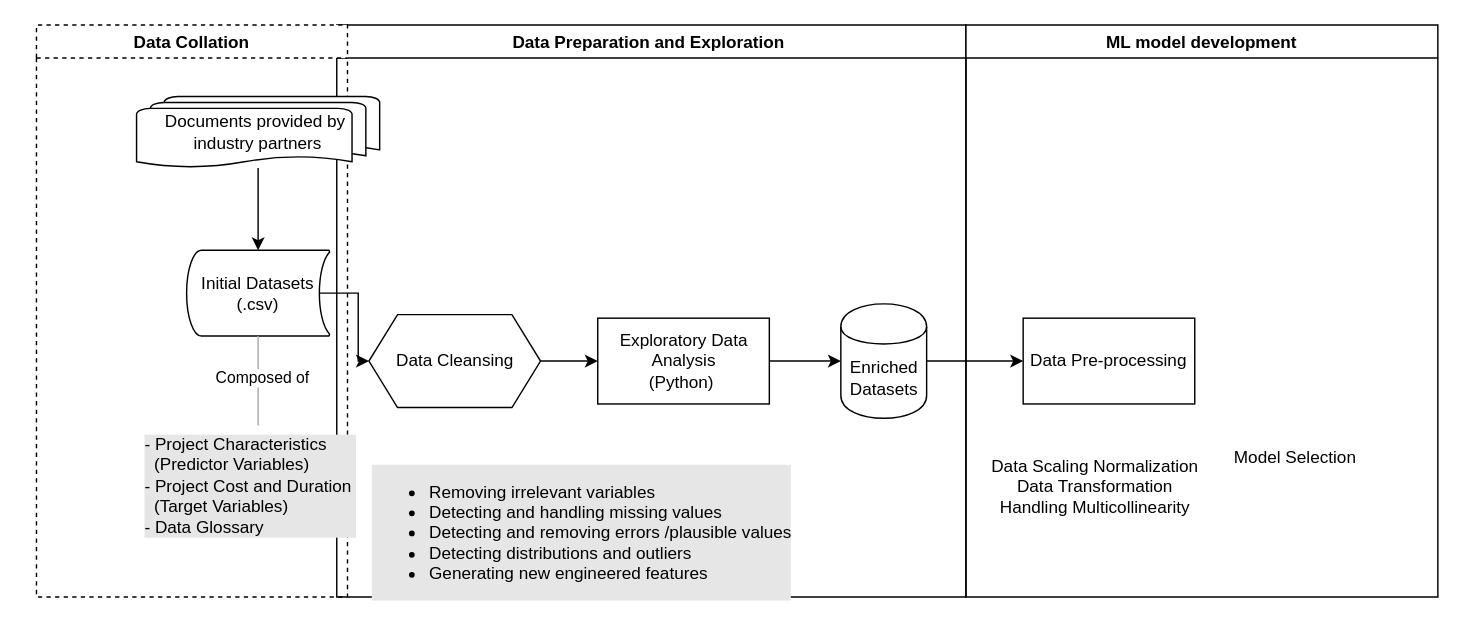
This is research framework.drawio from datou7119/Figures, a draw.io file, before an edit. Source tidied: cells renumbered, new cells numbered last; positions are measured from the earlier drawing's top-left corner, leaving out a move shared by most shapes. Both pictures are drawn from the tidied source at 143%, with x=0, y=0 at pixel (36, 24).
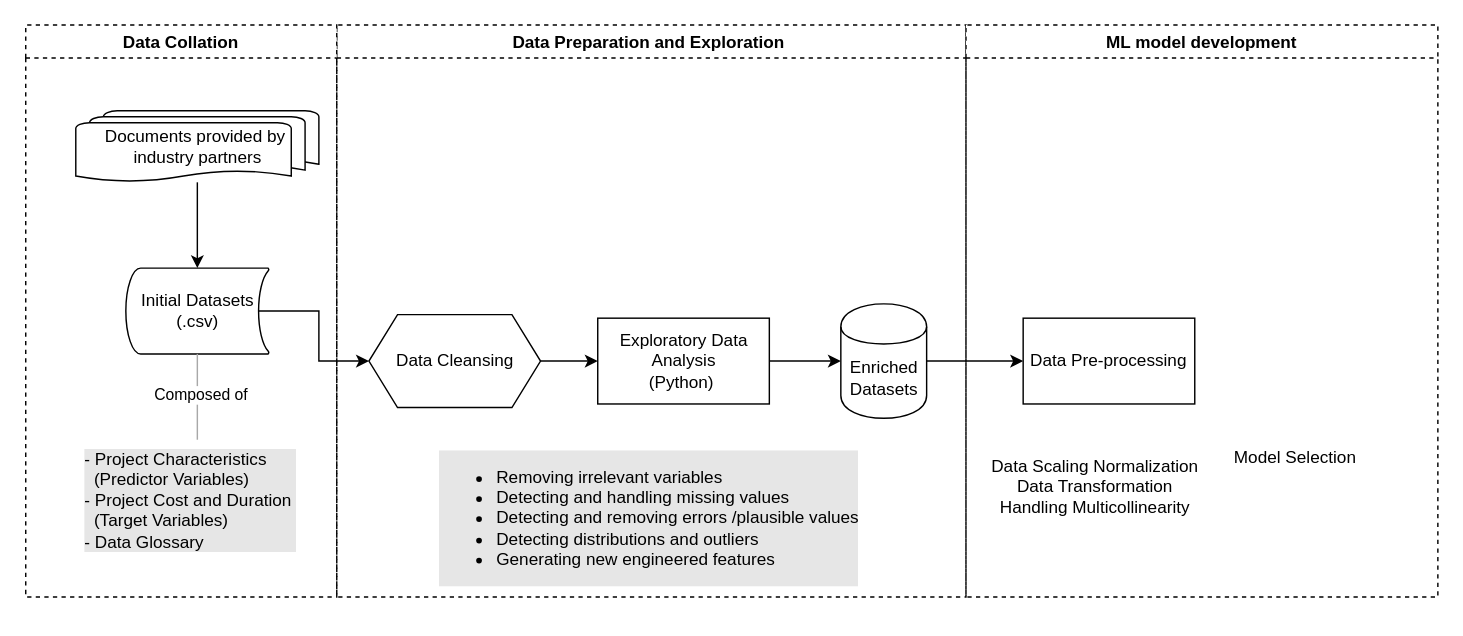
Above is the later version.

What changed in the source:
```diff
@@
-    <mxCell id="2" value="Data Preparation and Exploration " style="swimlane;" parent="1" vertex="1">
+    <mxCell id="2" value="Data Preparation and Exploration " style="swimlane;dashed=1;" parent="1" vertex="1">
       <mxGeometry x="210" width="440" height="400" as="geometry" />
     </mxCell>
     <mxCell id="3" value="&lt;ul&gt;&lt;li&gt;&lt;span style=&quot;&quot;&gt;Removing irrelevant variables&lt;/span&gt;&lt;/li&gt;&lt;li&gt;&lt;span style=&quot;&quot;&gt;Detecting and handling missing values&lt;/span&gt;&lt;/li&gt;&lt;li&gt;&lt;span style=&quot;&quot;&gt;Detecting and removing errors /plausible values&lt;/span&gt;&lt;/li&gt;&lt;li&gt;&lt;span style=&quot;&quot;&gt;Detecting distributions and&amp;nbsp;&lt;/span&gt;outliers&lt;/li&gt;&lt;li&gt;Generating new engineered features&lt;/li&gt;&lt;/ul&gt;" style="text;html=1;align=left;verticalAlign=middle;strokeColor=none;fillColor=none;labelBackgroundColor=#E6E6E6;" parent="2" vertex="1">
-      <mxGeometry x="22.5" y="300" width="320" height="110" as="geometry" />
+      <mxGeometry x="70" y="290" width="320" height="110" as="geometry" />
     </mxCell>
@@
     <mxCell id="9" value="Data Collation" style="swimlane;labelBorderColor=none;dashed=1;" parent="1" vertex="1">
-      <mxGeometry width="217.5" height="400" as="geometry" />
+      <mxGeometry x="-7.5" width="217.5" height="400" as="geometry" />
     </mxCell>
     <mxCell id="10" value="&lt;blockquote style=&quot;margin: 0 0 0 40px; border: none; padding: 0px;&quot;&gt;&lt;/blockquote&gt;- Project Characteristics&amp;nbsp;&lt;br&gt;&lt;blockquote style=&quot;margin: 0 0 0 40px; border: none; padding: 0px;&quot;&gt;&lt;/blockquote&gt;&amp;nbsp; (Predictor Variables)&lt;br&gt;&lt;blockquote style=&quot;margin: 0 0 0 40px; border: none; padding: 0px;&quot;&gt;&lt;/blockquote&gt;- Project Cost and Duration&amp;nbsp;&lt;br&gt;&lt;blockquote style=&quot;margin: 0 0 0 40px; border: none; padding: 0px;&quot;&gt;&lt;/blockquote&gt;&amp;nbsp; (Target Variables)&lt;br&gt;- Data Glossary" style="text;html=1;align=left;verticalAlign=top;points=[];strokeColor=none;fillColor=none;labelBackgroundColor=#E6E6E6;labelBorderColor=none;spacingTop=0;spacingLeft=-6;spacingRight=-7;flipV=1;flipH=1;imageWidth=17;imageHeight=20;imageAspect=0;" parent="9" vertex="1">
-      <mxGeometry x="80" y="280" width="150" height="80" as="geometry" />
+      <mxGeometry x="45" y="290" width="150" height="80" as="geometry" />
     </mxCell>
     <mxCell id="11" value="Initial Datasets&lt;br style=&quot;border-color: var(--border-color);&quot;&gt;(.csv)" style="strokeWidth=1;html=1;shape=mxgraph.flowchart.stored_data;whiteSpace=wrap;" parent="9" vertex="1">
-      <mxGeometry x="105" y="157.5" width="100" height="60" as="geometry" />
+      <mxGeometry x="70" y="170" width="100" height="60" as="geometry" />
     </mxCell>
@@
     <mxCell id="13" value="Documents provided by&amp;nbsp;&lt;br&gt;industry partners" style="strokeWidth=1;html=1;shape=mxgraph.flowchart.multi-document;whiteSpace=wrap;" parent="9" vertex="1">
-      <mxGeometry x="70" y="50" width="170" height="50" as="geometry" />
+      <mxGeometry x="35" y="60" width="170" height="50" as="geometry" />
     </mxCell>
@@
-    <mxCell id="18" value="ML model development" style="swimlane;" parent="1" vertex="1">
+    <mxCell id="18" value="ML model development" style="swimlane;dashed=1;" parent="1" vertex="1">
       <mxGeometry x="650" width="330" height="400" as="geometry" />
     </mxCell>
```
